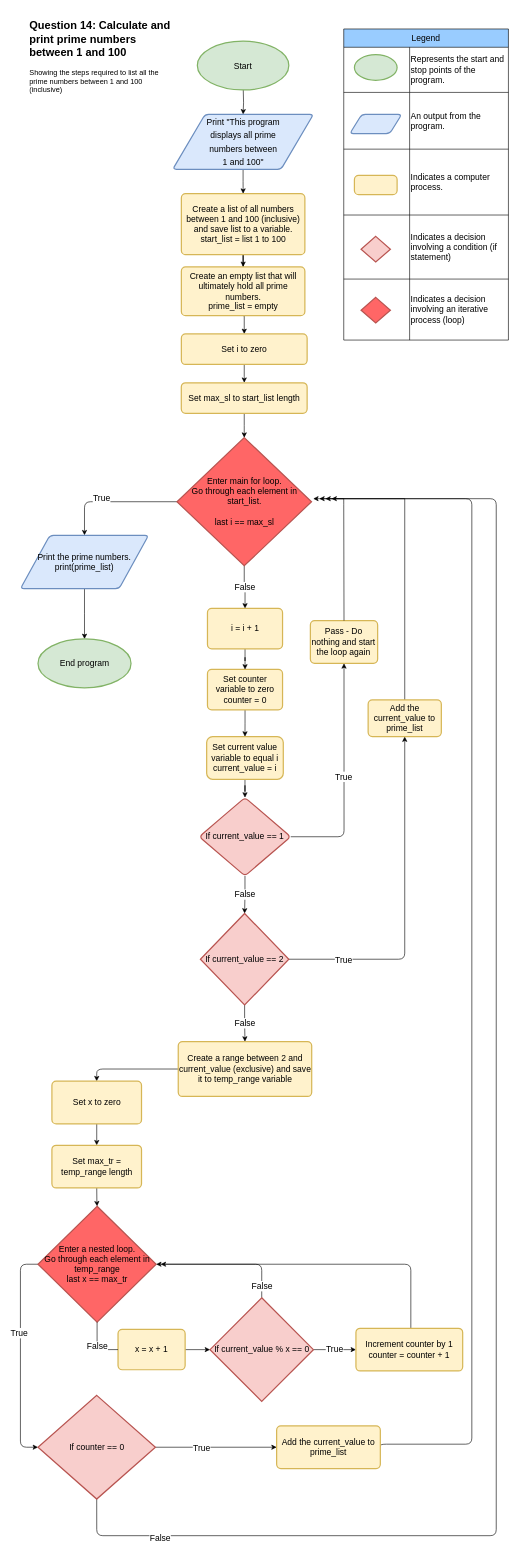
Earlier version of the draw.io diagram Q14(1)_Flowchart.drawio (Wade008/flowcharts). Source tidied: cells renumbered, new cells numbered last; positions are measured from the earlier drawing's top-left corner, leaving out a move shared by most shapes. Both pictures are drawn from the tidied source at 61%, with x=0, y=0 at pixel (20, 16).
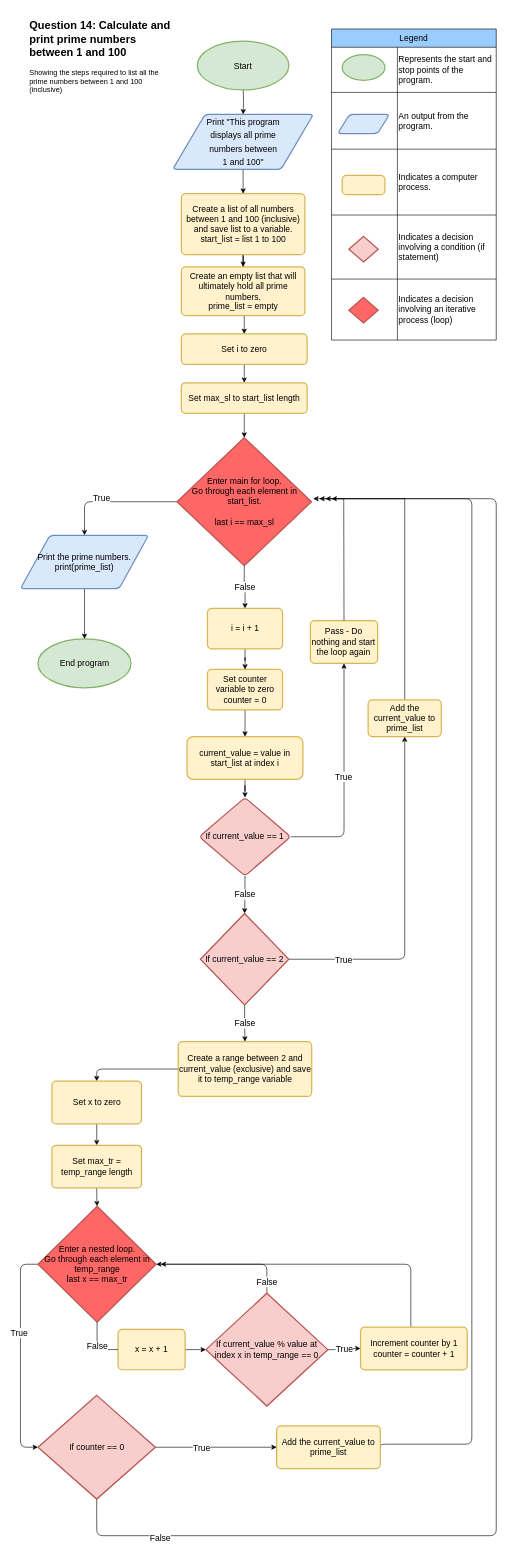
After the change.

The edit, as a diff of the source:
```diff
@@
-    <mxCell id="16" value="Set current value variable to equal i&lt;br&gt;current_value = i" style="rounded=1;whiteSpace=wrap;html=1;fontSize=14;fillColor=#fff2cc;strokeColor=#d6b656;arcSize=14;strokeWidth=2;" parent="1" vertex="1">
-      <mxGeometry x="305.3" y="1180" width="125.6" height="70" as="geometry" />
+    <mxCell id="16" value="current_value = value in start_list at index i" style="rounded=1;whiteSpace=wrap;html=1;fontSize=14;fillColor=#fff2cc;strokeColor=#d6b656;arcSize=14;strokeWidth=2;" parent="1" vertex="1">
+      <mxGeometry x="273.1" y="1180" width="190" height="70" as="geometry" />
     </mxCell>
@@
-    <mxCell id="38" value="If current_value % x == 0" style="strokeWidth=2;html=1;shape=mxgraph.flowchart.decision;whiteSpace=wrap;fontSize=14;fillColor=#f8cecc;strokeColor=#b85450;" parent="1" vertex="1">
-      <mxGeometry x="310.8" y="2100" width="169.5" height="170" as="geometry" />
+    <mxCell id="38" value="If current_value % value at index x in temp_range == 0" style="strokeWidth=2;html=1;shape=mxgraph.flowchart.decision;whiteSpace=wrap;fontSize=14;fillColor=#f8cecc;strokeColor=#b85450;" parent="1" vertex="1">
+      <mxGeometry x="304" y="2092.5" width="200" height="185" as="geometry" />
     </mxCell>
@@
     <mxCell id="40" value="Increment counter by 1&lt;br&gt;counter = counter + 1" style="rounded=1;whiteSpace=wrap;html=1;absoluteArcSize=1;arcSize=14;strokeWidth=2;fontSize=14;fillColor=#fff2cc;strokeColor=#d6b656;" parent="1" vertex="1">
-      <mxGeometry x="550" y="2150" width="175" height="70" as="geometry" />
+      <mxGeometry x="557.5" y="2148.1" width="175" height="70" as="geometry" />
     </mxCell>
@@
     <mxCell id="62" style="group;" parent="1" vertex="1">
-      <mxGeometry x="530" y="20" width="270" height="500" as="geometry" />
+      <mxGeometry x="510" y="20" width="270" height="500" as="geometry" />
     </mxCell>
```
